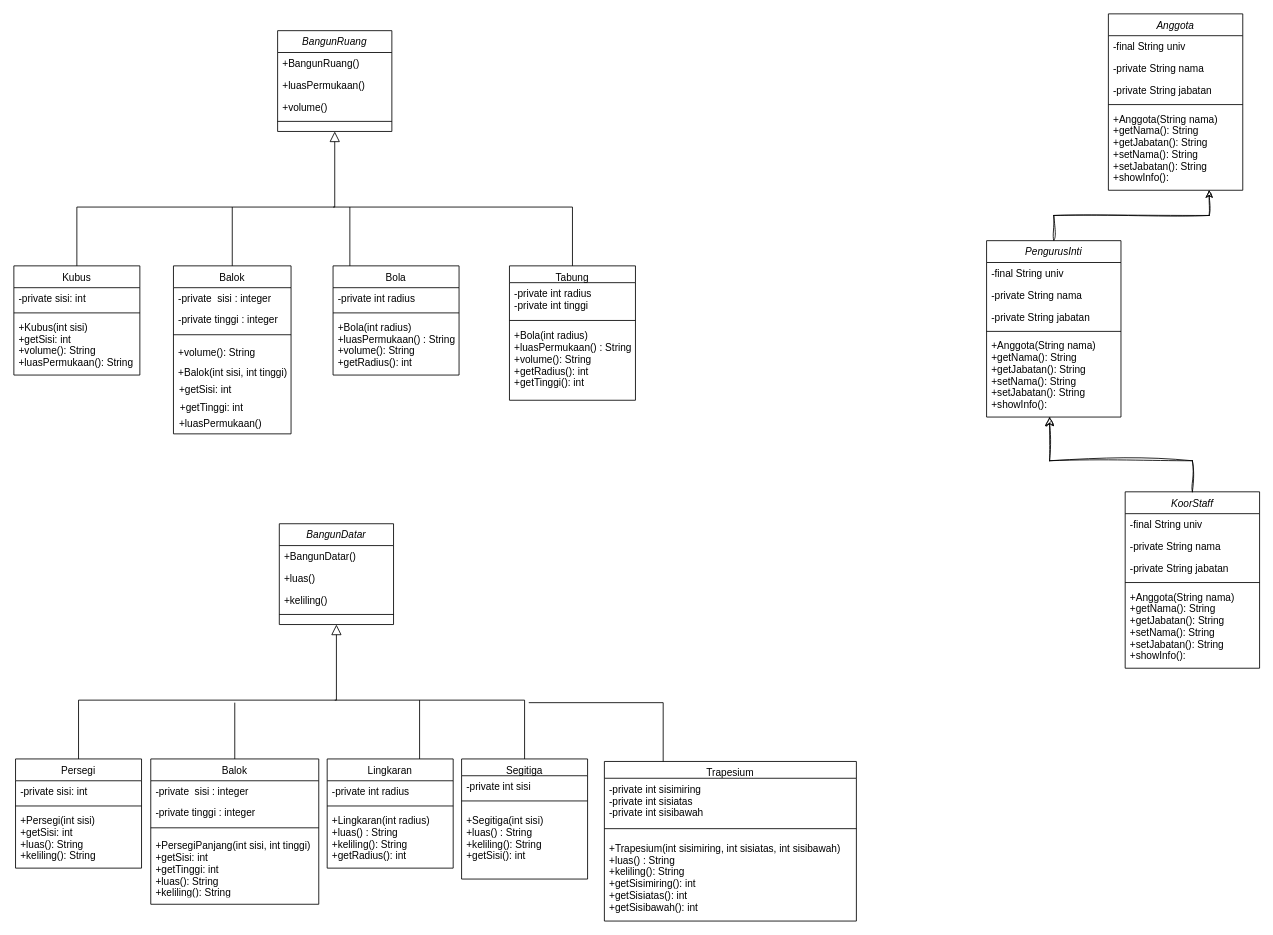
This is TugasOOP5/Untitled Diagram.drawio from riooorante/LABOOP_2023, a draw.io file, before an edit. Source tidied: cells renumbered, new cells numbered last; positions are measured from the earlier drawing's top-left corner, leaving out a move shared by most shapes. Both pictures are drawn from the tidied source at 84%, with x=0, y=0 at pixel (13, 13).
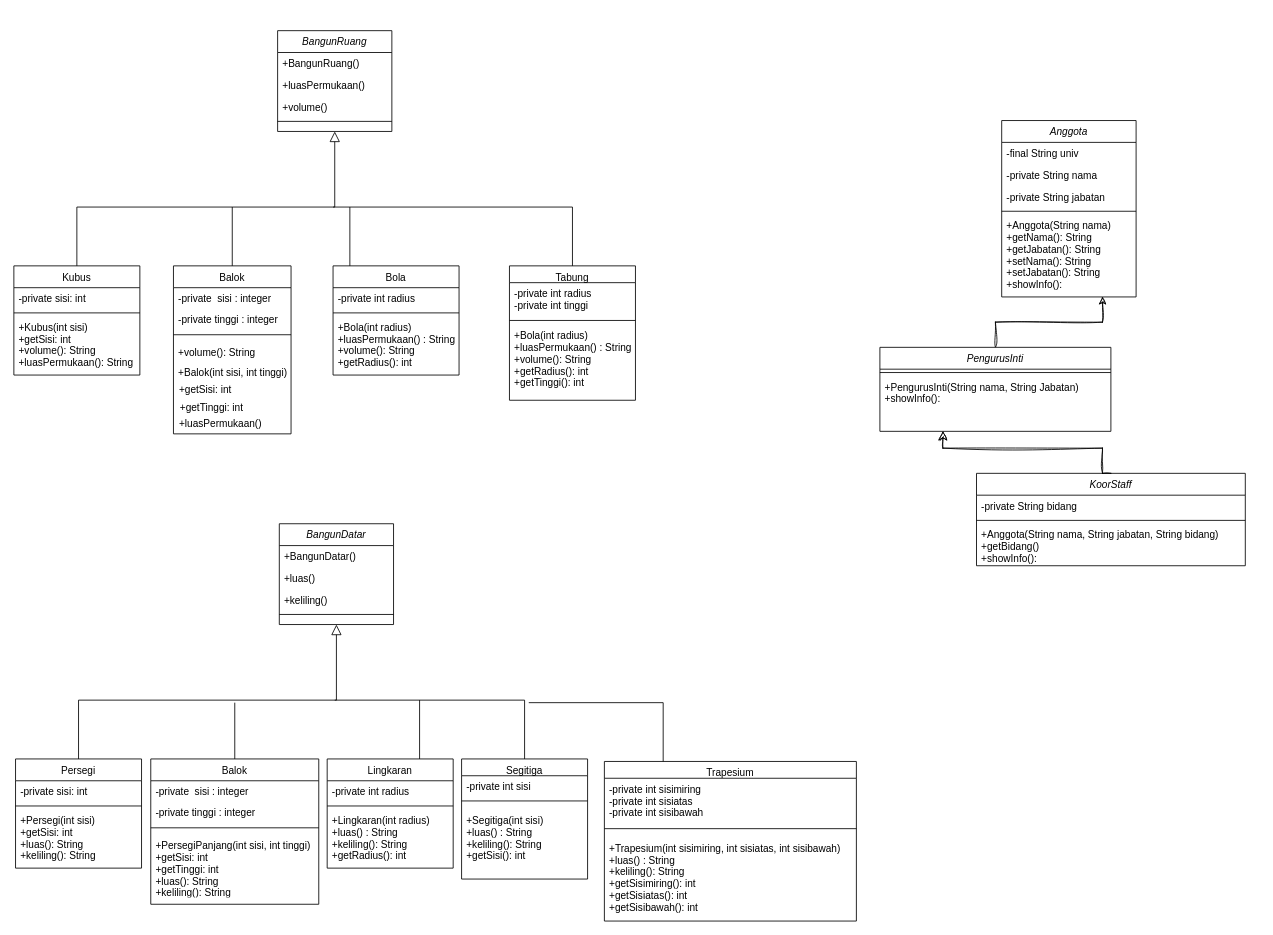
Above is the later version.

Diff of the diagram source:
```diff
@@
     <mxCell id="63" value="Anggota" style="swimlane;fontStyle=2;align=center;verticalAlign=top;horizontal=1;startSize=26;rounded=0;shadow=0;strokeWidth=1;" parent="1" vertex="1">
-      <mxGeometry x="1303" width="160" height="210" as="geometry" />
+      <mxGeometry x="1176" y="127" width="160" height="210" as="geometry" />
     </mxCell>
@@
     <mxCell id="70" value="PengurusInti" style="swimlane;fontStyle=2;align=center;verticalAlign=top;horizontal=1;startSize=26;rounded=0;shadow=0;strokeWidth=1;" parent="1" vertex="1">
-      <mxGeometry x="1158" y="270" width="160" height="210" as="geometry" />
+      <mxGeometry x="1031" y="397" width="275" height="100" as="geometry" />
     </mxCell>
-    <mxCell id="71" value="-final String univ" style="text;align=left;verticalAlign=top;spacingLeft=4;spacingRight=4;overflow=hidden;" parent="70" vertex="1">
-      <mxGeometry y="26" width="160" height="26" as="geometry" />
-    </mxCell>
-    <mxCell id="72" value="-private String nama" style="text;align=left;verticalAlign=top;spacingLeft=4;spacingRight=4;overflow=hidden;rounded=0;shadow=0;html=0;" parent="70" vertex="1">
-      <mxGeometry y="52" width="160" height="26" as="geometry" />
-    </mxCell>
-    <mxCell id="73" value="-private String jabatan" style="text;align=left;verticalAlign=top;spacingLeft=4;spacingRight=4;overflow=hidden;rounded=0;shadow=0;html=0;" parent="70" vertex="1">
-      <mxGeometry y="78" width="160" height="26" as="geometry" />
-    </mxCell>
     <mxCell id="74" style="line;html=1;strokeWidth=1;align=left;verticalAlign=middle;spacingTop=-1;spacingLeft=3;spacingRight=3;labelPosition=right;" parent="70" vertex="1">
-      <mxGeometry y="104" width="160" height="8" as="geometry" />
+      <mxGeometry y="26" width="275" height="8" as="geometry" />
     </mxCell>
-    <mxCell id="75" value="+Anggota(String nama)&#10;+getNama(): String&#10;+getJabatan(): String&#10;+setNama(): String&#10;+setJabatan(): String&#10;+showInfo():&#10;" style="text;align=left;verticalAlign=top;spacingLeft=4;spacingRight=4;overflow=hidden;rounded=0;shadow=0;html=0;" parent="70" vertex="1">
-      <mxGeometry y="112" width="160" height="98" as="geometry" />
+    <mxCell id="75" value="+PengurusInti(String nama, String Jabatan)&#10;+showInfo():&#10;" style="text;align=left;verticalAlign=top;spacingLeft=4;spacingRight=4;overflow=hidden;rounded=0;shadow=0;html=0;" parent="70" vertex="1">
+      <mxGeometry y="34" width="275" height="58" as="geometry" />
     </mxCell>
     <mxCell id="76" value="KoorStaff" style="swimlane;fontStyle=2;align=center;verticalAlign=top;horizontal=1;startSize=26;rounded=0;shadow=0;strokeWidth=1;" parent="1" vertex="1">
-      <mxGeometry x="1323" y="569" width="160" height="210" as="geometry" />
+      <mxGeometry x="1146" y="547" width="320" height="110" as="geometry" />
     </mxCell>
-    <mxCell id="77" value="-final String univ" style="text;align=left;verticalAlign=top;spacingLeft=4;spacingRight=4;overflow=hidden;" parent="76" vertex="1">
-      <mxGeometry y="26" width="160" height="26" as="geometry" />
-    </mxCell>
-    <mxCell id="78" value="-private String nama" style="text;align=left;verticalAlign=top;spacingLeft=4;spacingRight=4;overflow=hidden;rounded=0;shadow=0;html=0;" parent="76" vertex="1">
-      <mxGeometry y="52" width="160" height="26" as="geometry" />
+    <mxCell id="78" value="-private String bidang" style="text;align=left;verticalAlign=top;spacingLeft=4;spacingRight=4;overflow=hidden;rounded=0;shadow=0;html=0;" parent="76" vertex="1">
+      <mxGeometry y="26" width="320" height="26" as="geometry" />
     </mxCell>
-    <mxCell id="79" value="-private String jabatan" style="text;align=left;verticalAlign=top;spacingLeft=4;spacingRight=4;overflow=hidden;rounded=0;shadow=0;html=0;" parent="76" vertex="1">
-      <mxGeometry y="78" width="160" height="26" as="geometry" />
-    </mxCell>
     <mxCell id="80" style="line;html=1;strokeWidth=1;align=left;verticalAlign=middle;spacingTop=-1;spacingLeft=3;spacingRight=3;labelPosition=right;" parent="76" vertex="1">
-      <mxGeometry y="104" width="160" height="8" as="geometry" />
+      <mxGeometry y="52" width="320" height="8" as="geometry" />
     </mxCell>
-    <mxCell id="81" value="+Anggota(String nama)&#10;+getNama(): String&#10;+getJabatan(): String&#10;+setNama(): String&#10;+setJabatan(): String&#10;+showInfo():&#10;" style="text;align=left;verticalAlign=top;spacingLeft=4;spacingRight=4;overflow=hidden;rounded=0;shadow=0;html=0;" parent="76" vertex="1">
-      <mxGeometry y="112" width="160" height="98" as="geometry" />
+    <mxCell id="81" value="+Anggota(String nama, String jabatan, String bidang)&#10;+getBidang()&#10;+showInfo():&#10;" style="text;align=left;verticalAlign=top;spacingLeft=4;spacingRight=4;overflow=hidden;rounded=0;shadow=0;html=0;" parent="76" vertex="1">
+      <mxGeometry y="60" width="320" height="50" as="geometry" />
     </mxCell>
     <mxCell id="82" style="edgeStyle=segmentEdgeStyle;endArrow=classic;html=1;curved=0;rounded=0;endSize=8;startSize=8;sketch=1;hachureGap=4;jiggle=2;curveFitting=1;fontFamily=Architects Daughter;fontSize=16;exitX=0.5;exitY=0;exitDx=0;exitDy=0;" parent="1" edge="1" source="76">
       <mxGeometry relative="1" as="geometry">
-        <mxPoint x="1233" y="480" as="targetPoint" />
+        <mxPoint x="1106" y="497" as="targetPoint" />
         <Array as="points">
-          <mxPoint x="1233" y="532" />
+          <mxPoint x="1296" y="547" />
+          <mxPoint x="1296" y="517" />
+          <mxPoint x="1106" y="517" />
         </Array>
       </mxGeometry>
     </mxCell>
```
